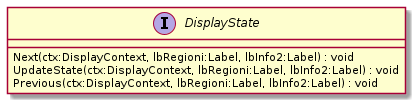
Before: uml/Properties/State/IDisplayState.png, a diagram exported from PlantUML (Matteoserafini-lab/PMO_Proj-DatiCovid).
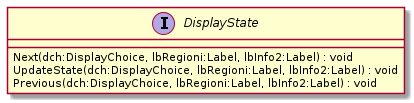
The same file after the commit.

Diff of the diagram source:
```diff
@@ -1,7 +1,7 @@
 @startuml
 interface DisplayState {
-    Next(ctx:DisplayContext, lbRegioni:Label, lbInfo2:Label) : void
-    UpdateState(ctx:DisplayContext, lbRegioni:Label, lbInfo2:Label) : void
-    Previous(ctx:DisplayContext, lbRegioni:Label, lbInfo2:Label) : void
+    Next(dch:DisplayChoice, lbRegioni:Label, lbInfo2:Label) : void
+    UpdateState(dch:DisplayChoice, lbRegioni:Label, lbInfo2:Label) : void
+    Previous(dch:DisplayChoice, lbRegioni:Label, lbInfo2:Label) : void
 }
 @enduml
```
